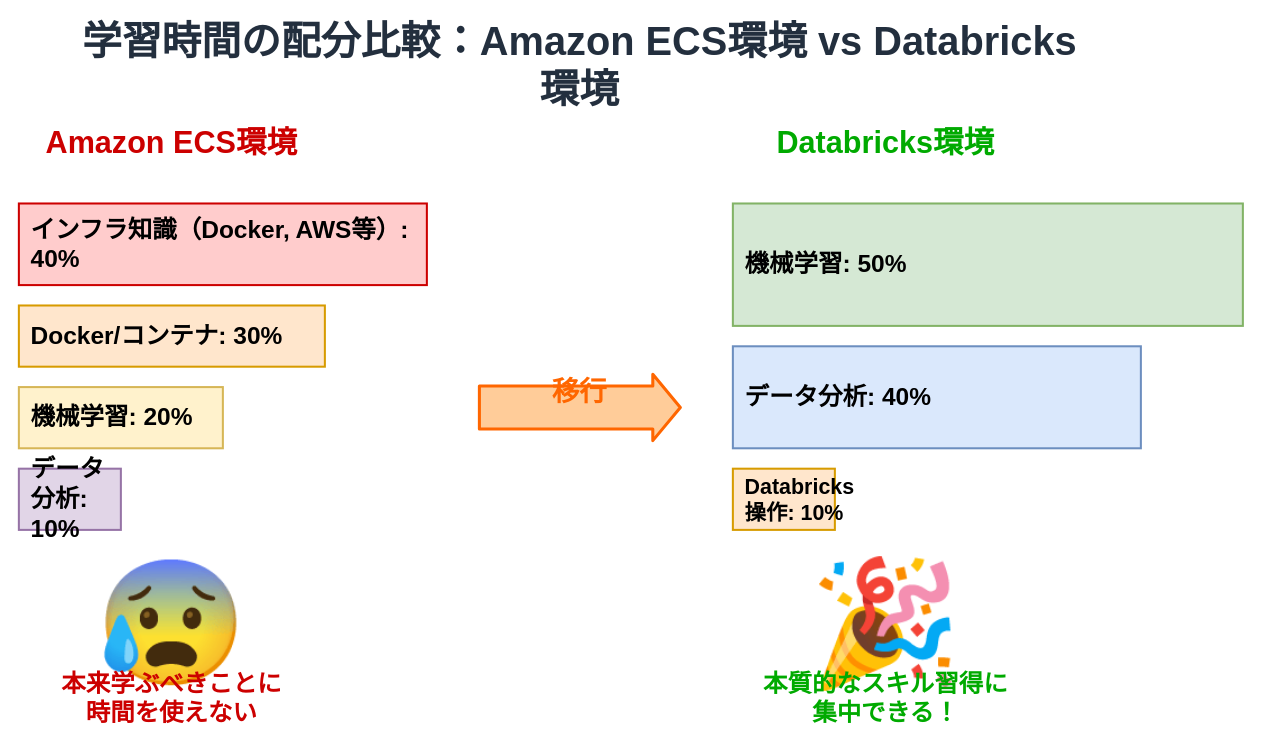
i9wa4/i9wa4.github.io keeps this draw.io diagram as assets/2025-11-07-tamesare-data-sapporo/learning-cost-comparison.drawio. Above is the earlier version. Source tidied: cells renumbered, new cells numbered last; positions are measured from the earlier drawing's top-left corner, leaving out a move shared by most shapes. Both pictures are drawn from the tidied source at 102%, with x=0, y=0 at pixel (18, 40).
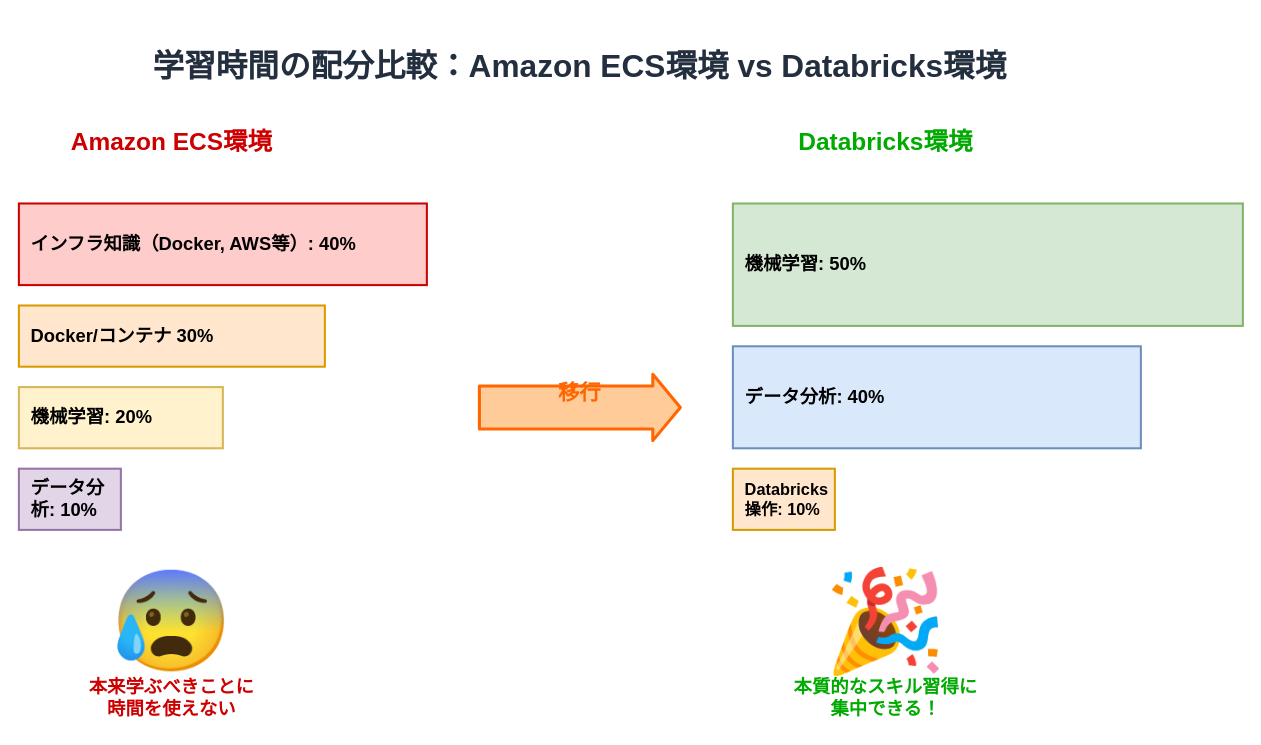
Above is the later version.

Diff of the diagram source:
```diff
@@
-    <mxCell id="2" value="学習時間の配分比較：Amazon ECS環境 vs Databricks環境" style="text;html=1;strokeColor=none;fillColor=none;align=center;verticalAlign=middle;whiteSpace=wrap;rounded=0;fontSize=39;fontStyle=1;fontColor=#232F3E;" parent="1" vertex="1">
+    <mxCell id="2" value="学習時間の配分比較：Amazon ECS環境 vs Databricks環境" style="text;html=1;strokeColor=none;fillColor=none;align=center;verticalAlign=middle;whiteSpace=wrap;rounded=0;fontSize=31;fontStyle=1;fontColor=#232F3E;" parent="1" vertex="1">
       <mxGeometry x="50" width="1000" height="50" as="geometry" />
     </mxCell>
-    <mxCell id="3" value="Amazon ECS環境" style="text;html=1;strokeColor=none;fillColor=none;align=center;verticalAlign=middle;whiteSpace=wrap;rounded=0;fontSize=30;fontStyle=1;fontColor=#CC0000;" parent="1" vertex="1">
+    <mxCell id="3" value="Amazon ECS環境" style="text;html=1;strokeColor=none;fillColor=none;align=center;verticalAlign=middle;whiteSpace=wrap;rounded=0;fontSize=24;fontStyle=1;fontColor=#CC0000;" parent="1" vertex="1">
       <mxGeometry y="80" width="300" height="40" as="geometry" />
     </mxCell>
@@
-    <mxCell id="5" value="インフラ知識（Docker, AWS等）: 40%" style="text;html=1;strokeColor=none;fillColor=none;align=left;verticalAlign=middle;whiteSpace=wrap;rounded=0;fontSize=24;fontStyle=1;spacingLeft=10;" parent="1" vertex="1">
+    <mxCell id="5" value="インフラ知識（Docker, AWS等）: 40%" style="text;html=1;strokeColor=none;fillColor=none;align=left;verticalAlign=middle;whiteSpace=wrap;rounded=0;fontSize=18;fontStyle=1;spacingLeft=10;" parent="1" vertex="1">
       <mxGeometry y="180" width="400" height="40" as="geometry" />
     </mxCell>
@@
-    <mxCell id="7" value="Docker/コンテナ: 30%" style="text;html=1;strokeColor=none;fillColor=none;align=left;verticalAlign=middle;whiteSpace=wrap;rounded=0;fontSize=24;fontStyle=1;spacingLeft=10;" parent="1" vertex="1">
+    <mxCell id="7" value="Docker/コンテナ 30%" style="text;html=1;strokeColor=none;fillColor=none;align=left;verticalAlign=middle;whiteSpace=wrap;rounded=0;fontSize=18;fontStyle=1;spacingLeft=10;" parent="1" vertex="1">
       <mxGeometry y="275" width="300" height="30" as="geometry" />
     </mxCell>
@@
-    <mxCell id="9" value="機械学習: 20%" style="text;html=1;strokeColor=none;fillColor=none;align=left;verticalAlign=middle;whiteSpace=wrap;rounded=0;fontSize=24;fontStyle=1;spacingLeft=10;" parent="1" vertex="1">
+    <mxCell id="9" value="機械学習: 20%" style="text;html=1;strokeColor=none;fillColor=none;align=left;verticalAlign=middle;whiteSpace=wrap;rounded=0;fontSize=18;fontStyle=1;spacingLeft=10;" parent="1" vertex="1">
       <mxGeometry y="355" width="200" height="30" as="geometry" />
     </mxCell>
@@
-    <mxCell id="11" value="データ分析: 10%" style="text;html=1;strokeColor=none;fillColor=none;align=left;verticalAlign=middle;whiteSpace=wrap;rounded=0;fontSize=24;fontStyle=1;spacingLeft=10;" parent="1" vertex="1">
+    <mxCell id="11" value="データ分析: 10%" style="text;html=1;strokeColor=none;fillColor=none;align=left;verticalAlign=middle;whiteSpace=wrap;rounded=0;fontSize=18;fontStyle=1;spacingLeft=10;" parent="1" vertex="1">
       <mxGeometry y="435" width="100" height="30" as="geometry" />
     </mxCell>
-    <mxCell id="12" value="😰" style="text;html=1;strokeColor=none;fillColor=none;align=center;verticalAlign=middle;whiteSpace=wrap;rounded=0;fontSize=120;" parent="1" vertex="1">
+    <mxCell id="12" value="😰" style="text;html=1;strokeColor=none;fillColor=none;align=center;verticalAlign=middle;whiteSpace=wrap;rounded=0;fontSize=97;" parent="1" vertex="1">
       <mxGeometry x="70" y="520" width="160" height="100" as="geometry" />
     </mxCell>
-    <mxCell id="13" value="本来学ぶべきことに&lt;br&gt;時間を使えない" style="text;html=1;strokeColor=none;fillColor=none;align=center;verticalAlign=middle;whiteSpace=wrap;rounded=0;fontSize=24;fontStyle=1;fontColor=#CC0000;" parent="1" vertex="1">
+    <mxCell id="13" value="本来学ぶべきことに&lt;br&gt;時間を使えない" style="text;html=1;strokeColor=none;fillColor=none;align=center;verticalAlign=middle;whiteSpace=wrap;rounded=0;fontSize=18;fontStyle=1;fontColor=#CC0000;" parent="1" vertex="1">
       <mxGeometry y="620" width="300" height="50" as="geometry" />
     </mxCell>
-    <mxCell id="14" value="Databricks環境" style="text;html=1;strokeColor=none;fillColor=none;align=center;verticalAlign=middle;whiteSpace=wrap;rounded=0;fontSize=30;fontStyle=1;fontColor=#00AA00;" parent="1" vertex="1">
+    <mxCell id="14" value="Databricks環境" style="text;html=1;strokeColor=none;fillColor=none;align=center;verticalAlign=middle;whiteSpace=wrap;rounded=0;fontSize=24;fontStyle=1;fontColor=#00AA00;" parent="1" vertex="1">
       <mxGeometry x="700" y="80" width="300" height="40" as="geometry" />
     </mxCell>
@@
-    <mxCell id="16" value="機械学習: 50%" style="text;html=1;strokeColor=none;fillColor=none;align=left;verticalAlign=middle;whiteSpace=wrap;rounded=0;fontSize=24;fontStyle=1;spacingLeft=10;" parent="1" vertex="1">
+    <mxCell id="16" value="機械学習: 50%" style="text;html=1;strokeColor=none;fillColor=none;align=left;verticalAlign=middle;whiteSpace=wrap;rounded=0;fontSize=18;fontStyle=1;spacingLeft=10;" parent="1" vertex="1">
       <mxGeometry x="700" y="205" width="500" height="30" as="geometry" />
     </mxCell>
@@
-    <mxCell id="18" value="データ分析: 40%" style="text;html=1;strokeColor=none;fillColor=none;align=left;verticalAlign=middle;whiteSpace=wrap;rounded=0;fontSize=24;fontStyle=1;spacingLeft=10;" parent="1" vertex="1">
+    <mxCell id="18" value="データ分析: 40%" style="text;html=1;strokeColor=none;fillColor=none;align=left;verticalAlign=middle;whiteSpace=wrap;rounded=0;fontSize=18;fontStyle=1;spacingLeft=10;" parent="1" vertex="1">
       <mxGeometry x="700" y="335" width="400" height="30" as="geometry" />
     </mxCell>
@@
-    <mxCell id="20" value="Databricks操作: 10%" style="text;html=1;strokeColor=none;fillColor=none;align=left;verticalAlign=middle;whiteSpace=wrap;rounded=0;fontSize=21;fontStyle=1;spacingLeft=10;" parent="1" vertex="1">
+    <mxCell id="20" value="Databricks操作: 10%" style="text;html=1;strokeColor=none;fillColor=none;align=left;verticalAlign=middle;whiteSpace=wrap;rounded=0;fontSize=16;fontStyle=1;spacingLeft=10;" parent="1" vertex="1">
       <mxGeometry x="700" y="435" width="100" height="30" as="geometry" />
     </mxCell>
-    <mxCell id="21" value="🎉" style="text;html=1;strokeColor=none;fillColor=none;align=center;verticalAlign=middle;whiteSpace=wrap;rounded=0;fontSize=120;" parent="1" vertex="1">
+    <mxCell id="21" value="🎉" style="text;html=1;strokeColor=none;fillColor=none;align=center;verticalAlign=middle;whiteSpace=wrap;rounded=0;fontSize=97;" parent="1" vertex="1">
       <mxGeometry x="770" y="520" width="160" height="100" as="geometry" />
     </mxCell>
-    <mxCell id="22" value="本質的なスキル習得に&lt;br&gt;集中できる！" style="text;html=1;strokeColor=none;fillColor=none;align=center;verticalAlign=middle;whiteSpace=wrap;rounded=0;fontSize=24;fontStyle=1;fontColor=#00AA00;" parent="1" vertex="1">
+    <mxCell id="22" value="本質的なスキル習得に&lt;br&gt;集中できる！" style="text;html=1;strokeColor=none;fillColor=none;align=center;verticalAlign=middle;whiteSpace=wrap;rounded=0;fontSize=18;fontStyle=1;fontColor=#00AA00;" parent="1" vertex="1">
       <mxGeometry x="700" y="620" width="300" height="50" as="geometry" />
     </mxCell>
@@
-    <mxCell id="24" value="移行" style="text;html=1;strokeColor=none;fillColor=none;align=center;verticalAlign=middle;whiteSpace=wrap;rounded=0;fontSize=27;fontStyle=1;fontColor=#FF6600;" parent="1" vertex="1">
+    <mxCell id="24" value="移行" style="text;html=1;strokeColor=none;fillColor=none;align=center;verticalAlign=middle;whiteSpace=wrap;rounded=0;fontSize=21;fontStyle=1;fontColor=#FF6600;" parent="1" vertex="1">
       <mxGeometry x="500" y="330" width="100" height="30" as="geometry" />
     </mxCell>
```
